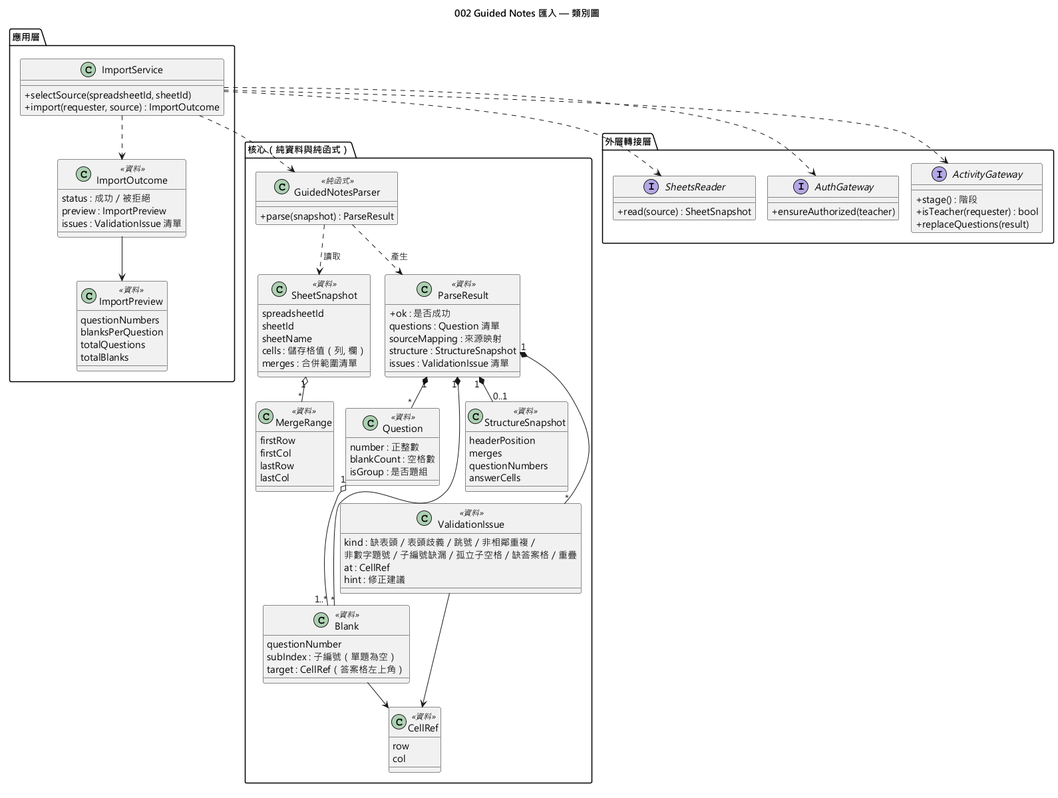
Earlier version of the PlantUML export diagrams/002-guided-notes-import-class.png (EricC430/lecture-answer-first_group16_speckit).
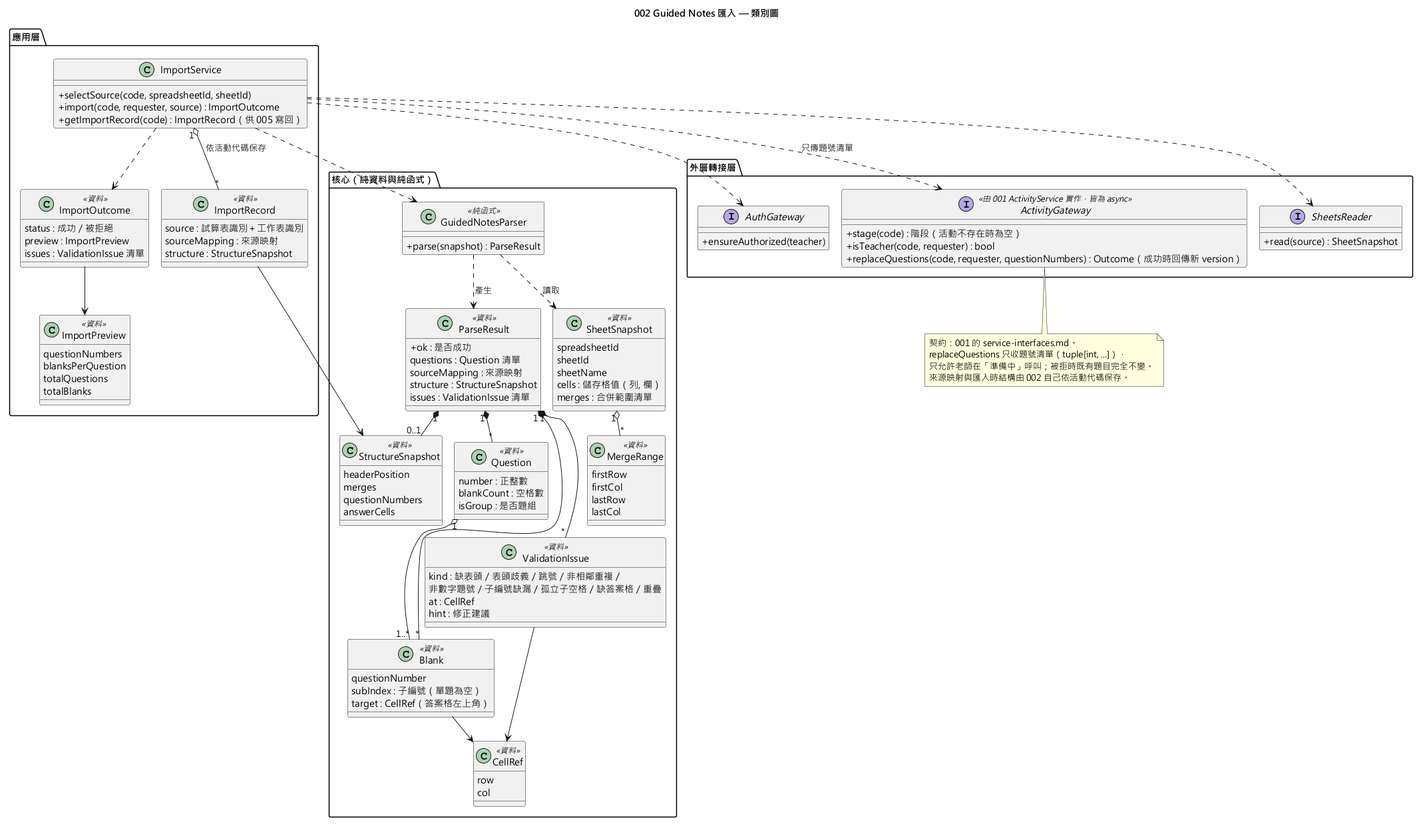
The same file after the commit.

Commit message:
docs: 002 對齊 001 ActivityGateway 契約（帶活動代碼、只傳題號清單）

Diff of the diagram source:
```diff
@@ -66,8 +66,15 @@
 
 package "應用層" {
   class ImportService {
-    +selectSource(spreadsheetId, sheetId)
-    +import(requester, source) : ImportOutcome
+    +selectSource(code, spreadsheetId, sheetId)
+    +import(code, requester, source) : ImportOutcome
+    +getImportRecord(code) : ImportRecord（供 005 寫回）
+  }
+
+  class ImportRecord <<資料>> {
+    source : 試算表識別＋工作表識別
+    sourceMapping : 來源映射
+    structure : StructureSnapshot
   }
 
   class ImportOutcome <<資料>> {
@@ -91,12 +98,19 @@
   interface AuthGateway {
     +ensureAuthorized(teacher)
   }
-  interface ActivityGateway {
-    +stage() : 階段
-    +isTeacher(requester) : bool
-    +replaceQuestions(result)
+  interface ActivityGateway <<由 001 ActivityService 實作，皆為 async>> {
+    +stage(code) : 階段（活動不存在時為空）
+    +isTeacher(code, requester) : bool
+    +replaceQuestions(code, requester, questionNumbers) : Outcome（成功時回傳新 version）
   }
 }
+
+note bottom of ActivityGateway
+  契約：001 的 service-interfaces.md。
+  replaceQuestions 只收題號清單（tuple[int, ...]），
+  只允許老師在「準備中」呼叫；被拒時既有題目完全不變。
+  來源映射與匯入時結構由 002 自己依活動代碼保存。
+end note
 
 SheetSnapshot "1" o-- "*" MergeRange
 GuidedNotesParser ..> SheetSnapshot : 讀取
@@ -112,7 +126,9 @@
 ImportService ..> GuidedNotesParser
 ImportService ..> SheetsReader
 ImportService ..> AuthGateway
-ImportService ..> ActivityGateway
+ImportService ..> ActivityGateway : 只傳題號清單
+ImportService "1" o-- "*" ImportRecord : 依活動代碼保存
+ImportRecord --> StructureSnapshot
 ImportService ..> ImportOutcome
 ImportOutcome --> ImportPreview
 @enduml
```
